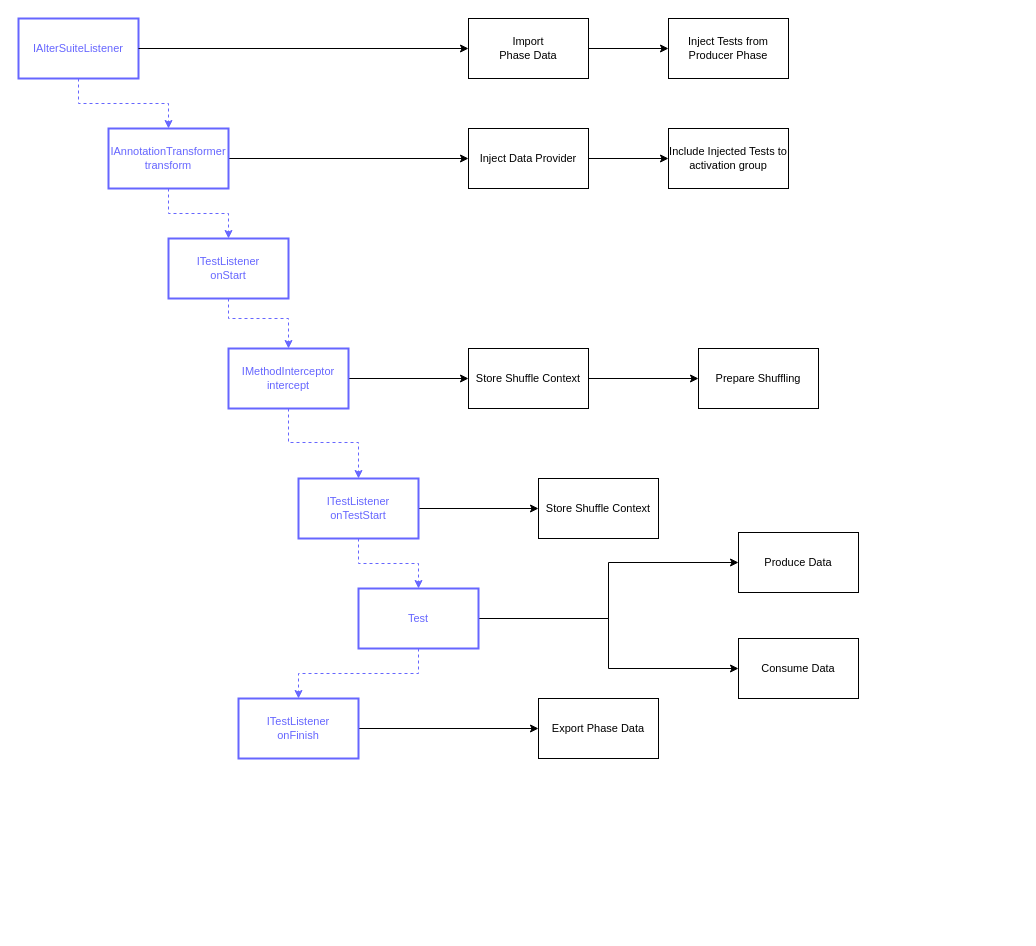
Earlier version of the draw.io diagram page "TestNG Process" (10 of 15) of diagrams/PhasedDiagrams.drawio (adobe/phased-testing). Source tidied: cells renumbered, new cells numbered last; positions are measured from the earlier drawing's top-left corner, leaving out a move shared by most shapes. Both pictures are drawn from the tidied source at 100%, with x=0, y=0 at pixel (18, 18).
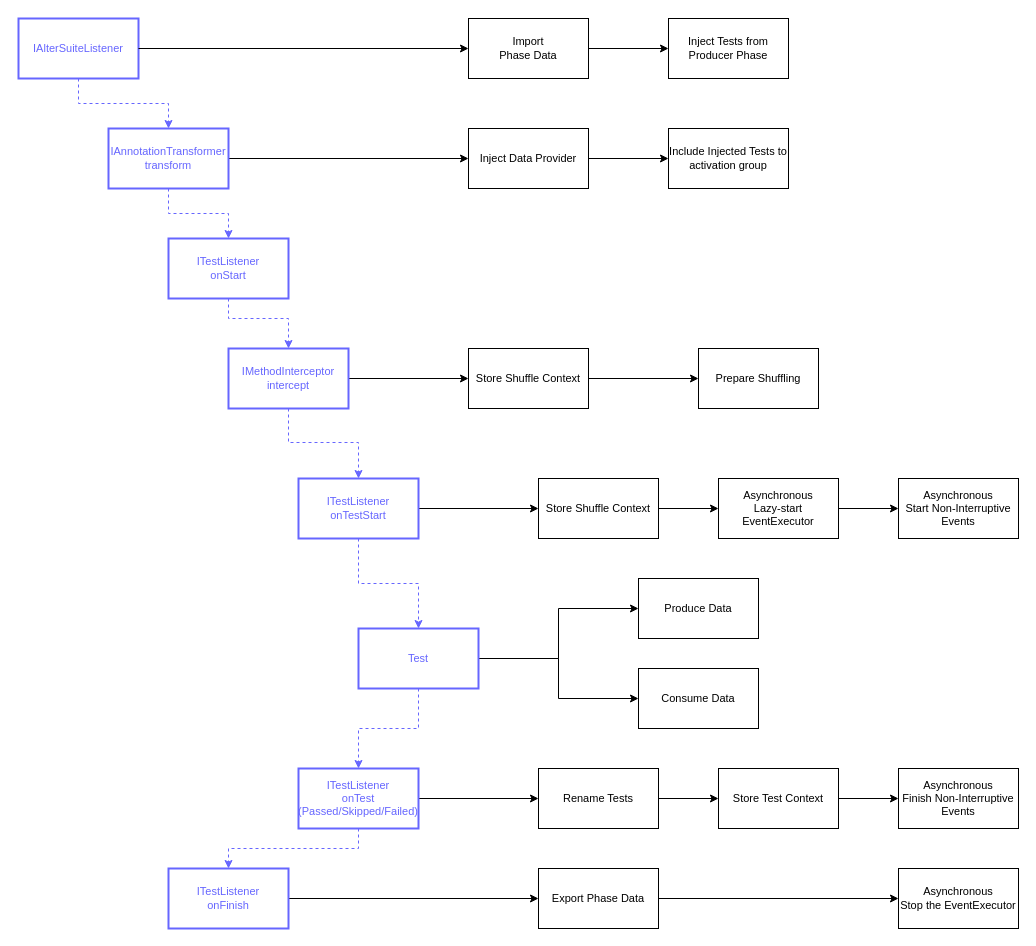
Above is the later version.

Unchanged cells that the change refers to:
```xml
<mxCell id="9" value="ITestListener&lt;br&gt;onTestStart" style="whiteSpace=wrap;html=1;rounded=0;fontSize=11;fontColor=#6666FF;strokeColor=#6666FF;strokeWidth=2;" parent="1" vertex="1">
  <mxGeometry x="280" y="460" width="120" height="60" as="geometry" />
</mxCell>
<mxCell id="18" value="Prepare Shuffling" style="whiteSpace=wrap;html=1;rounded=0;fontSize=11;" parent="1" vertex="1">
  <mxGeometry x="680" y="330" width="120" height="60" as="geometry" />
</mxCell>
<mxCell id="31" value="IMethodInterceptor&lt;br&gt;intercept" style="whiteSpace=wrap;html=1;rounded=0;fontSize=11;fontColor=#6666FF;strokeColor=#6666FF;strokeWidth=2;" parent="1" vertex="1">
  <mxGeometry x="210" y="330" width="120" height="60" as="geometry" />
</mxCell>
```

Change to the diagram source:
```diff
@@
-    <mxCell id="8" style="edgeStyle=orthogonalEdgeStyle;rounded=0;jumpStyle=arc;jumpSize=15;jettySize=auto;html=1;exitX=1;exitY=0.5;exitDx=0;exitDy=0;entryX=0;entryY=0.5;entryDx=0;entryDy=0;fontSize=11;startArrow=none;startFill=0;endArrow=classic;endFill=1;" parent="1" edge="1" source="9" target="19">
-      <mxGeometry relative="1" as="geometry" />
-    </mxCell>
+    <mxCell id="35" style="edgeStyle=orthogonalEdgeStyle;rounded=0;jumpStyle=arc;jumpSize=15;jettySize=auto;html=1;exitX=1;exitY=0.5;exitDx=0;exitDy=0;entryX=0;entryY=0.5;entryDx=0;entryDy=0;fontSize=11;startArrow=none;startFill=0;endArrow=classic;endFill=1;" parent="1" edge="1" source="9" target="39">
+      <mxGeometry relative="1" as="geometry" />
+    </mxCell>
@@
-    <mxCell id="10" style="edgeStyle=orthogonalEdgeStyle;rounded=0;jumpStyle=arc;jumpSize=15;jettySize=auto;html=1;fontSize=11;startArrow=none;startFill=0;endArrow=classic;endFill=1;exitX=0.5;exitY=1;exitDx=0;exitDy=0;dashed=1;fontColor=#6666FF;strokeColor=#6666FF;" parent="1" edge="1" source="13" target="15">
-      <mxGeometry relative="1" as="geometry" />
-    </mxCell>
+    <mxCell id="36" style="edgeStyle=orthogonalEdgeStyle;rounded=0;jumpStyle=arc;jumpSize=15;jettySize=auto;html=1;fontSize=11;startArrow=none;startFill=0;endArrow=classic;endFill=1;exitX=0.5;exitY=1;exitDx=0;exitDy=0;dashed=1;fontColor=#6666FF;strokeColor=#6666FF;entryX=0.5;entryY=0;entryDx=0;entryDy=0;" parent="1" edge="1" source="13" target="46">
+      <mxGeometry relative="1" as="geometry" />
+    </mxCell>
@@
     <mxCell id="13" value="Test" style="whiteSpace=wrap;html=1;rounded=0;fontSize=11;fontColor=#6666FF;strokeColor=#6666FF;strokeWidth=2;" parent="1" vertex="1">
-      <mxGeometry x="340" y="570" width="120" height="60" as="geometry" />
+      <mxGeometry x="340" y="610" width="120" height="60" as="geometry" />
     </mxCell>
-    <mxCell id="14" style="edgeStyle=orthogonalEdgeStyle;rounded=0;jumpStyle=arc;jumpSize=15;jettySize=auto;html=1;exitX=1;exitY=0.5;exitDx=0;exitDy=0;fontSize=11;startArrow=none;startFill=0;endArrow=classic;endFill=1;" parent="1" edge="1" source="15">
-      <mxGeometry relative="1" as="geometry">
-        <mxPoint x="520" y="710" as="targetPoint" />
-      </mxGeometry>
-    </mxCell>
+    <mxCell id="37" style="edgeStyle=orthogonalEdgeStyle;rounded=0;jumpStyle=arc;jumpSize=15;jettySize=auto;html=1;exitX=1;exitY=0.5;exitDx=0;exitDy=0;fontSize=11;startArrow=none;startFill=0;endArrow=classic;endFill=1;entryX=0;entryY=0.5;entryDx=0;entryDy=0;" parent="1" edge="1" source="15" target="22">
+      <mxGeometry relative="1" as="geometry" />
+    </mxCell>
     <mxCell id="15" value="ITestListener&lt;br&gt;onFinish" style="whiteSpace=wrap;html=1;rounded=0;fontSize=11;fontColor=#6666FF;strokeColor=#6666FF;strokeWidth=2;" parent="1" vertex="1">
-      <mxGeometry x="220" y="680" width="120" height="60" as="geometry" />
+      <mxGeometry x="150" y="850" width="120" height="60" as="geometry" />
     </mxCell>
@@
-    <mxCell id="19" value="Store Shuffle Context" style="rounded=0;whiteSpace=wrap;html=1;fontSize=11;align=center;" parent="1" vertex="1">
-      <mxGeometry x="520" y="460" width="120" height="60" as="geometry" />
-    </mxCell>
+    <mxCell id="38" style="edgeStyle=orthogonalEdgeStyle;rounded=0;jettySize=auto;html=1;" parent="1" edge="1" source="39" target="55">
+      <mxGeometry relative="1" as="geometry" />
+    </mxCell>
+    <mxCell id="39" value="Store Shuffle Context" style="rounded=0;whiteSpace=wrap;html=1;fontSize=11;align=center;" parent="1" vertex="1">
+      <mxGeometry x="520" y="460" width="120" height="60" as="geometry" />
+    </mxCell>
     <mxCell id="20" value="Produce Data" style="rounded=0;whiteSpace=wrap;html=1;fontSize=11;align=center;" parent="1" vertex="1">
-      <mxGeometry x="720" y="514" width="120" height="60" as="geometry" />
+      <mxGeometry x="620" y="560" width="120" height="60" as="geometry" />
     </mxCell>
     <mxCell id="21" value="Consume Data" style="rounded=0;whiteSpace=wrap;html=1;fontSize=11;align=center;" parent="1" vertex="1">
-      <mxGeometry x="720" y="620" width="120" height="60" as="geometry" />
+      <mxGeometry x="620" y="650" width="120" height="60" as="geometry" />
     </mxCell>
+    <mxCell id="40" style="edgeStyle=orthogonalEdgeStyle;rounded=0;jettySize=auto;html=1;entryX=0;entryY=0.5;entryDx=0;entryDy=0;" parent="1" edge="1" source="50" target="52">
+      <mxGeometry relative="1" as="geometry" />
+    </mxCell>
+    <mxCell id="41" style="edgeStyle=orthogonalEdgeStyle;rounded=0;jettySize=auto;html=1;" parent="1" edge="1" source="22" target="53">
+      <mxGeometry relative="1" as="geometry" />
+    </mxCell>
     <mxCell id="22" value="Export Phase Data" style="rounded=0;whiteSpace=wrap;html=1;fontSize=11;align=center;" parent="1" vertex="1">
-      <mxGeometry x="520" y="680" width="120" height="60" as="geometry" />
+      <mxGeometry x="520" y="850" width="120" height="60" as="geometry" />
     </mxCell>
@@
-    <mxCell id="30" style="edgeStyle=orthogonalEdgeStyle;rounded=0;jettySize=auto;html=1;exitX=1;exitY=0.5;exitDx=0;exitDy=0;" parent="1" edge="1" source="31" target="33">
-      <mxGeometry relative="1" as="geometry" />
-    </mxCell>
+    <mxCell id="42" style="edgeStyle=orthogonalEdgeStyle;rounded=0;jettySize=auto;html=1;exitX=1;exitY=0.5;exitDx=0;exitDy=0;" parent="1" edge="1" source="31" target="44">
+      <mxGeometry relative="1" as="geometry" />
+    </mxCell>
@@
-    <mxCell id="32" style="edgeStyle=orthogonalEdgeStyle;rounded=0;jettySize=auto;html=1;" parent="1" edge="1" source="33" target="18">
-      <mxGeometry relative="1" as="geometry" />
-    </mxCell>
-    <mxCell id="33" value="Store Shuffle Context" style="rounded=0;whiteSpace=wrap;html=1;fontSize=11;align=center;" parent="1" vertex="1">
-      <mxGeometry x="450" y="330" width="120" height="60" as="geometry" />
-    </mxCell>
+    <mxCell id="43" style="edgeStyle=orthogonalEdgeStyle;rounded=0;jettySize=auto;html=1;" parent="1" edge="1" source="44" target="18">
+      <mxGeometry relative="1" as="geometry" />
+    </mxCell>
+    <mxCell id="44" value="Store Shuffle Context" style="rounded=0;whiteSpace=wrap;html=1;fontSize=11;align=center;" parent="1" vertex="1">
+      <mxGeometry x="450" y="330" width="120" height="60" as="geometry" />
+    </mxCell>
@@
+    <mxCell id="45" style="edgeStyle=orthogonalEdgeStyle;rounded=0;jettySize=auto;html=1;exitX=1;exitY=0.5;exitDx=0;exitDy=0;" parent="1" edge="1" source="46" target="49">
+      <mxGeometry relative="1" as="geometry" />
+    </mxCell>
+    <mxCell id="46" value="ITestListener&lt;br&gt;onTest&lt;br&gt;(Passed/Skipped/Failed)" style="whiteSpace=wrap;html=1;rounded=0;fontSize=11;fontColor=#6666FF;strokeColor=#6666FF;strokeWidth=2;" parent="1" vertex="1">
+      <mxGeometry x="280" y="750" width="120" height="60" as="geometry" />
+    </mxCell>
+    <mxCell id="47" style="edgeStyle=orthogonalEdgeStyle;rounded=0;jumpStyle=arc;jumpSize=15;jettySize=auto;html=1;fontSize=11;startArrow=none;startFill=0;endArrow=classic;endFill=1;exitX=0.5;exitY=1;exitDx=0;exitDy=0;dashed=1;fontColor=#6666FF;strokeColor=#6666FF;entryX=0.5;entryY=0;entryDx=0;entryDy=0;" parent="1" edge="1" source="46" target="15">
+      <mxGeometry relative="1" as="geometry" />
+    </mxCell>
+    <mxCell id="48" style="edgeStyle=orthogonalEdgeStyle;rounded=0;jettySize=auto;html=1;" parent="1" edge="1" source="49" target="50">
+      <mxGeometry relative="1" as="geometry" />
+    </mxCell>
+    <mxCell id="49" value="Rename Tests" style="rounded=0;whiteSpace=wrap;html=1;fontSize=11;align=center;" parent="1" vertex="1">
+      <mxGeometry x="520" y="750" width="120" height="60" as="geometry" />
+    </mxCell>
+    <mxCell id="50" value="Store Test Context" style="rounded=0;whiteSpace=wrap;html=1;fontSize=11;align=center;" parent="1" vertex="1">
+      <mxGeometry x="700" y="750" width="120" height="60" as="geometry" />
+    </mxCell>
+    <mxCell id="51" value="Asynchronous&lt;br&gt;Start Non-Interruptive Events" style="whiteSpace=wrap;html=1;fontSize=11;rounded=0;" parent="1" vertex="1">
+      <mxGeometry x="880" y="460" width="120" height="60" as="geometry" />
+    </mxCell>
+    <mxCell id="52" value="Asynchronous&lt;br&gt;Finish Non-Interruptive Events" style="whiteSpace=wrap;html=1;fontSize=11;rounded=0;" parent="1" vertex="1">
+      <mxGeometry x="880" y="750" width="120" height="60" as="geometry" />
+    </mxCell>
+    <mxCell id="53" value="Asynchronous&lt;br&gt;Stop the EventExecutor" style="whiteSpace=wrap;html=1;fontSize=11;rounded=0;" parent="1" vertex="1">
+      <mxGeometry x="880" y="850" width="120" height="60" as="geometry" />
+    </mxCell>
+    <mxCell id="54" style="edgeStyle=orthogonalEdgeStyle;rounded=0;jettySize=auto;html=1;" parent="1" edge="1" source="55" target="51">
+      <mxGeometry relative="1" as="geometry" />
+    </mxCell>
+    <mxCell id="55" value="Asynchronous&lt;br&gt;Lazy-start EventExecutor" style="whiteSpace=wrap;html=1;fontSize=11;rounded=0;" parent="1" vertex="1">
+      <mxGeometry x="700" y="460" width="120" height="60" as="geometry" />
+    </mxCell>
```
